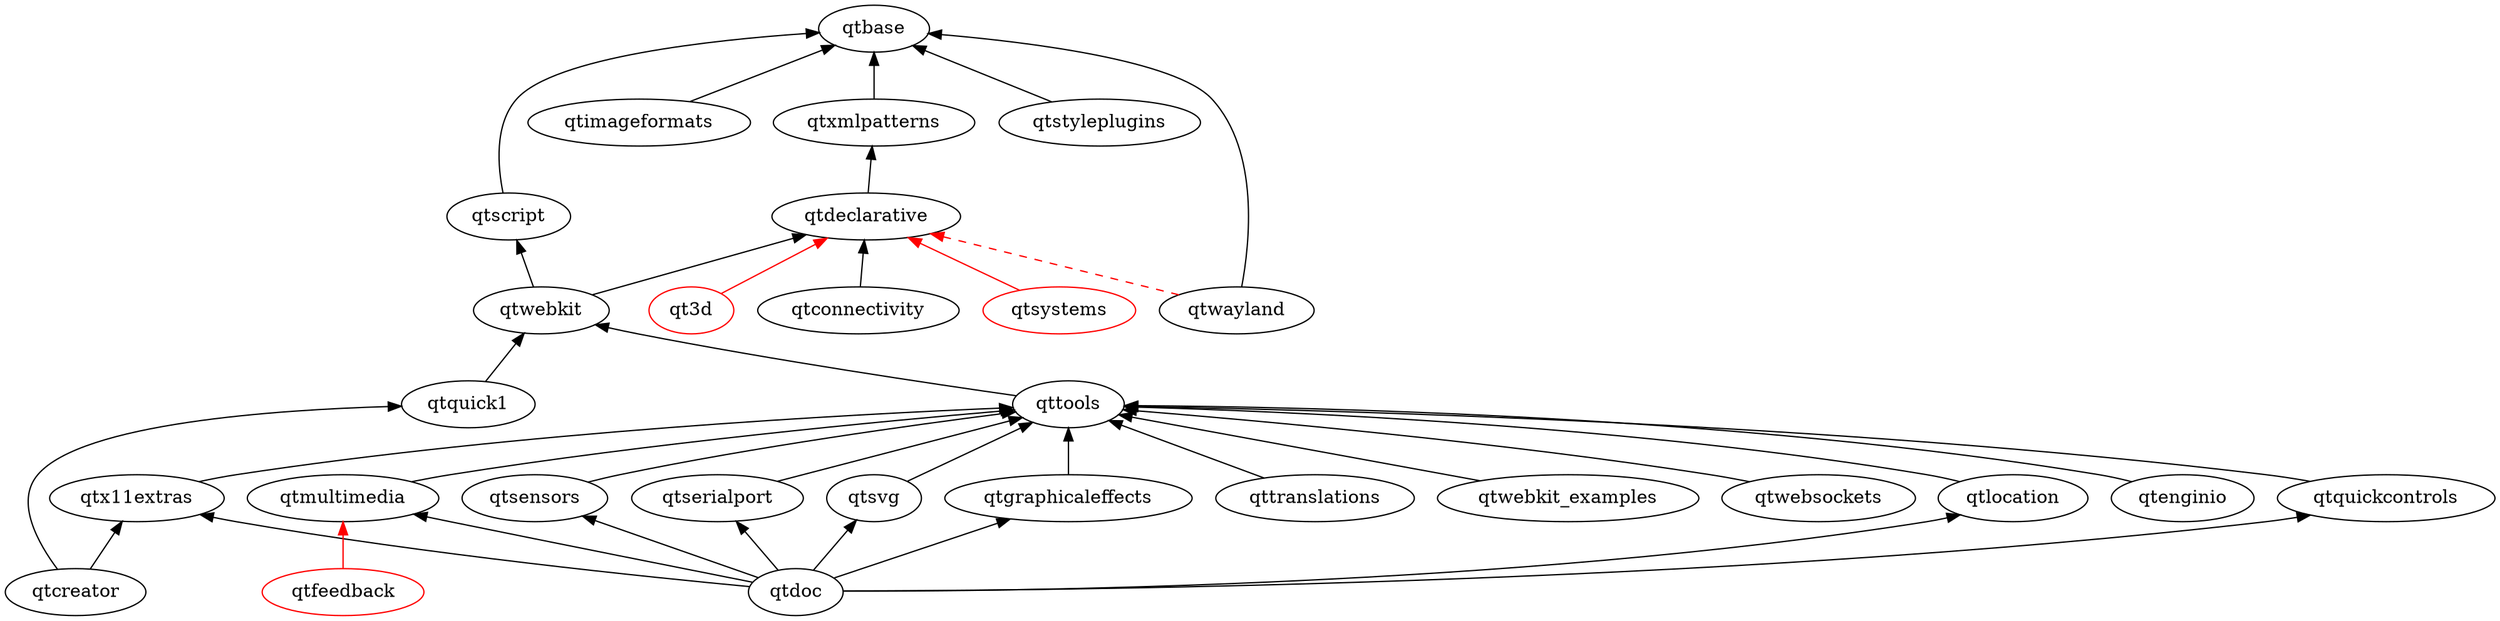
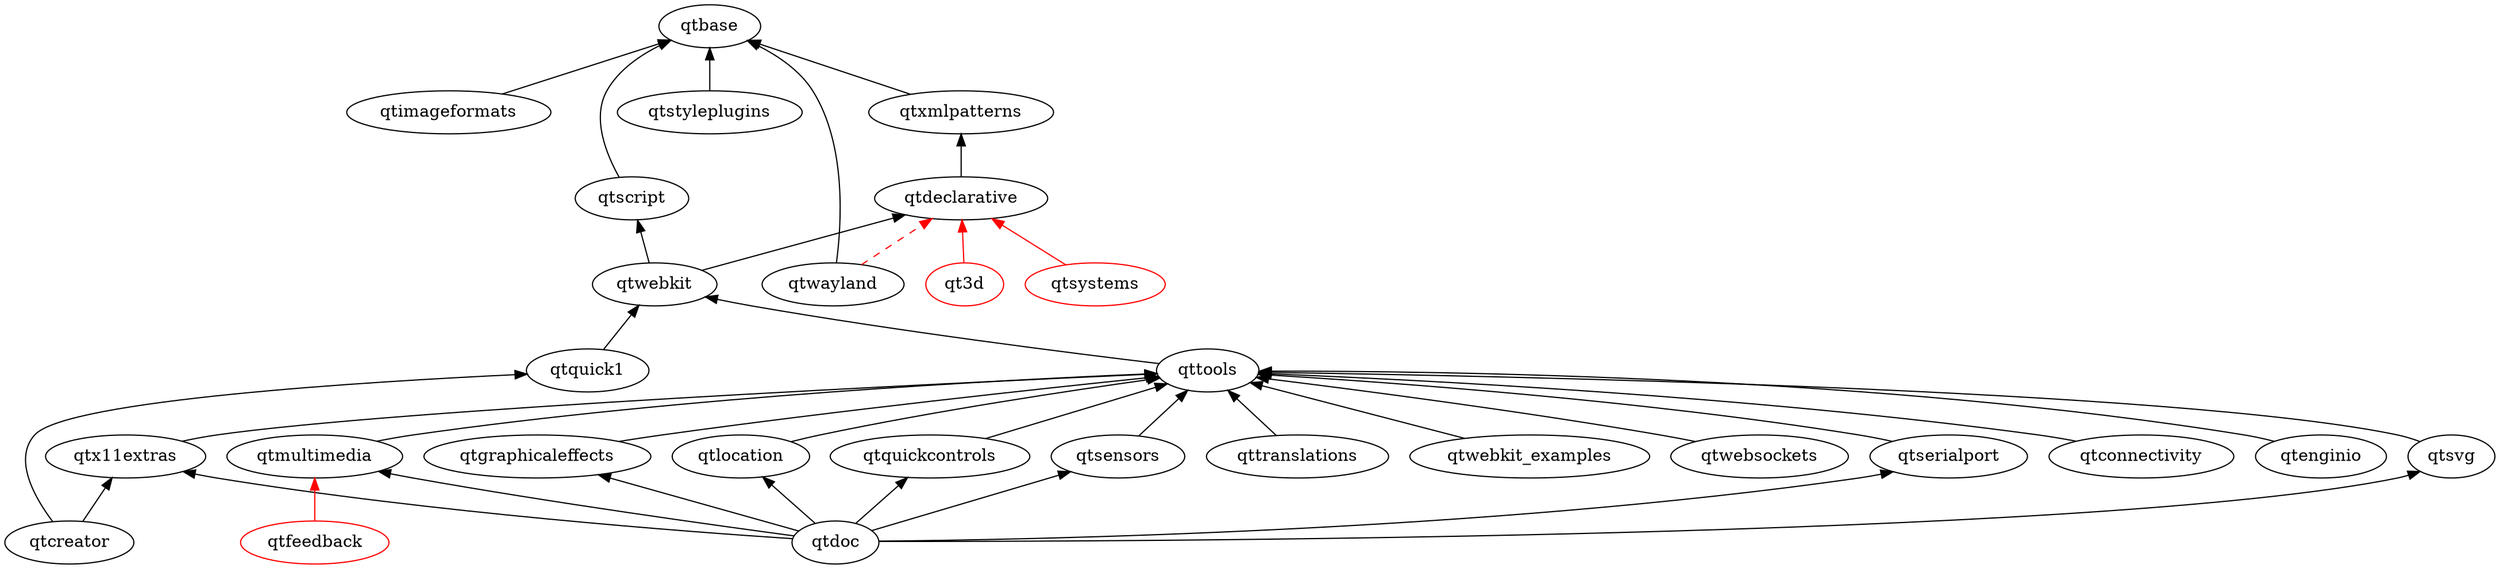
digraph qt5 {
  graph [
    rankdir = "BT"
  ]

  qt3d [ color = red ]
  qtbase
  qtconnectivity
  qtcreator
  qtdeclarative
  qtdoc
  qtenginio
  qtfeedback [ color = red ]
  qtgraphicaleffects
  qtimageformats
  qtlocation
  qtmultimedia
  qtquick1
  qtquickcontrols
  qtscript
  qtsensors
  qtserialport
  qtstyleplugins
  qtsvg
  qtsystems [ color = red ]
  qttools
  qttranslations
  qtwayland
  qtwebkit
  qtwebkit_examples
  qtwebsockets
  qtx11extras
  qtxmlpatterns

-   qtconnectivity -> qtdeclarative
+   qtconnectivity -> qttools
  qtcreator -> qtx11extras
  qtcreator -> qtquick1
  qtdeclarative -> qtxmlpatterns
  qtdoc -> qtgraphicaleffects
  qtdoc -> qtmultimedia
  qtdoc -> qtlocation
  qtdoc -> qtquickcontrols
  qtdoc -> qtsensors
  qtdoc -> qtserialport
  qtdoc -> qtsvg
  qtdoc -> qtx11extras
  qtenginio -> qttools
  qtgraphicaleffects -> qttools
  qtimageformats -> qtbase
  qtmultimedia -> qttools
  qtquick1 -> qtwebkit
  qtquickcontrols -> qttools
  qtsensors -> qttools
  qtserialport -> qttools
  qtscript -> qtbase
  qtstyleplugins -> qtbase
  qtsvg -> qttools
  qttools -> qtwebkit
  qttranslations -> qttools
  qtwayland -> qtbase
  qtwebkit -> qtscript
  qtwebkit -> qtdeclarative
  qtwebkit_examples -> qttools
  qtwebsockets -> qttools
  qtx11extras -> qttools
  qtxmlpatterns -> qtbase
  qtlocation -> qttools

  // unsure/not-uploaded
  qt3d -> qtdeclarative [ color = red ]
  qtfeedback -> qtmultimedia [ color = red ]
  qtsystems -> qtdeclarative [ color = red ]
  qtwayland -> qtdeclarative [ color = red style = dashed ]
}
